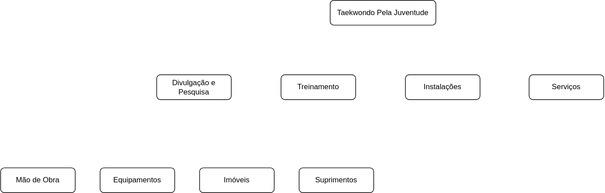
The draw.io diagram EAR.svg in mdmundo/diagrams, before a commit. Source tidied: cells renumbered, new cells last; positions are measured from the earlier drawing's top-left corner, leaving out a move shared by most shapes.
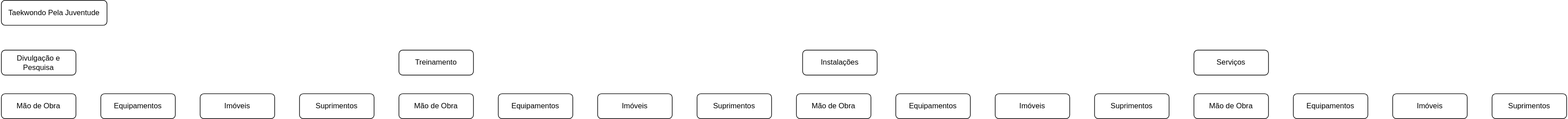
After the change.

What changed in the source:
```diff
@@ -3,19 +3,19 @@
     <mxCell id="0" />
     <mxCell id="1" parent="0" />
     <mxCell id="2" value="Taekwondo Pela Juventude" style="rounded=1;whiteSpace=wrap;html=1;" parent="1" vertex="1">
-      <mxGeometry x="530" width="170" height="40" as="geometry" />
+      <mxGeometry y="120" width="170" height="40" as="geometry" />
     </mxCell>
     <mxCell id="3" value="Divulgação e Pesquisa" style="whiteSpace=wrap;html=1;rounded=1;" parent="1" vertex="1">
-      <mxGeometry x="251" y="120" width="120" height="40" as="geometry" />
+      <mxGeometry y="200" width="120" height="40" as="geometry" />
     </mxCell>
     <mxCell id="4" value="Treinamento" style="whiteSpace=wrap;html=1;rounded=1;" parent="1" vertex="1">
-      <mxGeometry x="451" y="120" width="120" height="40" as="geometry" />
+      <mxGeometry x="640" y="200" width="120" height="40" as="geometry" />
     </mxCell>
     <mxCell id="5" value="Instalações" style="whiteSpace=wrap;html=1;rounded=1;" parent="1" vertex="1">
-      <mxGeometry x="651" y="120" width="120" height="40" as="geometry" />
+      <mxGeometry x="1290" y="200" width="120" height="40" as="geometry" />
     </mxCell>
     <mxCell id="6" value="Serviços" style="whiteSpace=wrap;html=1;rounded=1;" parent="1" vertex="1">
-      <mxGeometry x="850" y="120" width="120" height="40" as="geometry" />
+      <mxGeometry x="1920" y="200" width="120" height="40" as="geometry" />
     </mxCell>
     <mxCell id="7" value="Mão de Obra" style="whiteSpace=wrap;html=1;rounded=1;" parent="1" vertex="1">
       <mxGeometry y="270" width="120" height="40" as="geometry" />
@@ -29,5 +29,41 @@
     <mxCell id="10" value="Suprimentos" style="whiteSpace=wrap;html=1;rounded=1;" parent="1" vertex="1">
       <mxGeometry x="480" y="270" width="120" height="40" as="geometry" />
     </mxCell>
+    <mxCell id="11" value="Mão de Obra" style="whiteSpace=wrap;html=1;rounded=1;" parent="1" vertex="1">
+      <mxGeometry x="640" y="270" width="120" height="40" as="geometry" />
+    </mxCell>
+    <mxCell id="12" value="Equipamentos" style="whiteSpace=wrap;html=1;rounded=1;" parent="1" vertex="1">
+      <mxGeometry x="800" y="270" width="120" height="40" as="geometry" />
+    </mxCell>
+    <mxCell id="13" value="Imóveis" style="whiteSpace=wrap;html=1;rounded=1;" parent="1" vertex="1">
+      <mxGeometry x="960" y="270" width="120" height="40" as="geometry" />
+    </mxCell>
+    <mxCell id="14" value="Suprimentos" style="whiteSpace=wrap;html=1;rounded=1;" parent="1" vertex="1">
+      <mxGeometry x="1120" y="270" width="120" height="40" as="geometry" />
+    </mxCell>
+    <mxCell id="15" value="Mão de Obra" style="whiteSpace=wrap;html=1;rounded=1;" parent="1" vertex="1">
+      <mxGeometry x="1280" y="270" width="120" height="40" as="geometry" />
+    </mxCell>
+    <mxCell id="16" value="Equipamentos" style="whiteSpace=wrap;html=1;rounded=1;" parent="1" vertex="1">
+      <mxGeometry x="1440" y="270" width="120" height="40" as="geometry" />
+    </mxCell>
+    <mxCell id="17" value="Imóveis" style="whiteSpace=wrap;html=1;rounded=1;" parent="1" vertex="1">
+      <mxGeometry x="1600" y="270" width="120" height="40" as="geometry" />
+    </mxCell>
+    <mxCell id="18" value="Suprimentos" style="whiteSpace=wrap;html=1;rounded=1;" parent="1" vertex="1">
+      <mxGeometry x="1760" y="270" width="120" height="40" as="geometry" />
+    </mxCell>
+    <mxCell id="19" value="Mão de Obra" style="whiteSpace=wrap;html=1;rounded=1;" parent="1" vertex="1">
+      <mxGeometry x="1920" y="270" width="120" height="40" as="geometry" />
+    </mxCell>
+    <mxCell id="20" value="Equipamentos" style="whiteSpace=wrap;html=1;rounded=1;" parent="1" vertex="1">
+      <mxGeometry x="2080" y="270" width="120" height="40" as="geometry" />
+    </mxCell>
+    <mxCell id="21" value="Imóveis" style="whiteSpace=wrap;html=1;rounded=1;" parent="1" vertex="1">
+      <mxGeometry x="2240" y="270" width="120" height="40" as="geometry" />
+    </mxCell>
+    <mxCell id="22" value="Suprimentos" style="whiteSpace=wrap;html=1;rounded=1;" parent="1" vertex="1">
+      <mxGeometry x="2400" y="270" width="120" height="40" as="geometry" />
+    </mxCell>
   </root>
 </mxGraphModel>
```
